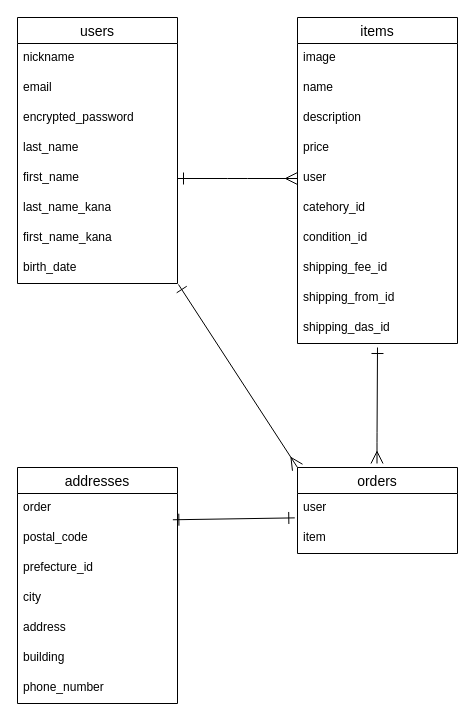
Before: test.dio in takuya20221023/furima-41694, a draw.io diagram. Source tidied: cells renumbered, new cells numbered last; positions are measured from the earlier drawing's top-left corner, leaving out a move shared by most shapes. Both pictures are drawn from the tidied source at 100%, with x=0, y=0 at pixel (17, 17).
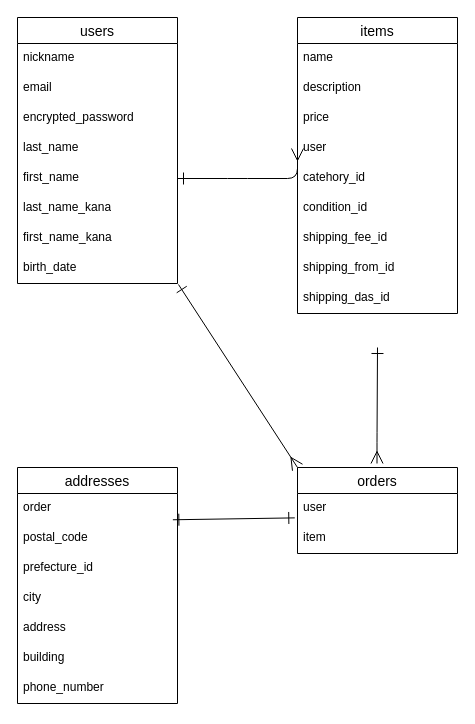
The same diagram, later.

Diff of the diagram source:
```diff
@@
     <mxCell id="11" value="items" style="swimlane;fontStyle=0;horizontal=1;startSize=26;align=center;fontSize=14;" parent="1" vertex="1">
-      <mxGeometry x="280" width="160" height="326" as="geometry" />
+      <mxGeometry x="280" width="160" height="296" as="geometry" />
     </mxCell>
-    <mxCell id="12" value="image" style="text;strokeColor=none;fillColor=none;spacingLeft=4;spacingRight=4;overflow=hidden;fontSize=12;whiteSpace=wrap;html=1;" parent="11" vertex="1">
-      <mxGeometry y="26" width="160" height="30" as="geometry" />
-    </mxCell>
     <mxCell id="13" value="name&lt;div&gt;&lt;br&gt;&lt;/div&gt;" style="text;strokeColor=none;fillColor=none;spacingLeft=4;spacingRight=4;overflow=hidden;fontSize=12;whiteSpace=wrap;html=1;" parent="11" vertex="1">
-      <mxGeometry y="56" width="160" height="30" as="geometry" />
+      <mxGeometry y="26" width="160" height="30" as="geometry" />
     </mxCell>
     <mxCell id="14" value="description" style="text;strokeColor=none;fillColor=none;spacingLeft=4;spacingRight=4;overflow=hidden;fontSize=12;whiteSpace=wrap;html=1;" parent="11" vertex="1">
-      <mxGeometry y="86" width="160" height="30" as="geometry" />
+      <mxGeometry y="56" width="160" height="30" as="geometry" />
     </mxCell>
     <mxCell id="15" value="price" style="text;strokeColor=none;fillColor=none;spacingLeft=4;spacingRight=4;overflow=hidden;fontSize=12;whiteSpace=wrap;html=1;" parent="11" vertex="1">
-      <mxGeometry y="116" width="160" height="30" as="geometry" />
+      <mxGeometry y="86" width="160" height="30" as="geometry" />
     </mxCell>
     <mxCell id="16" value="user" style="text;strokeColor=none;fillColor=none;spacingLeft=4;spacingRight=4;overflow=hidden;points=[[0,0.5],[1,0.5]];portConstraint=eastwest;fontSize=12;whiteSpace=wrap;html=1;" parent="11" vertex="1">
-      <mxGeometry y="146" width="160" height="30" as="geometry" />
+      <mxGeometry y="116" width="160" height="30" as="geometry" />
     </mxCell>
     <mxCell id="17" value="catehory_id" style="text;strokeColor=none;fillColor=none;spacingLeft=4;spacingRight=4;overflow=hidden;fontSize=12;whiteSpace=wrap;html=1;" parent="11" vertex="1">
-      <mxGeometry y="176" width="160" height="30" as="geometry" />
+      <mxGeometry y="146" width="160" height="30" as="geometry" />
     </mxCell>
     <mxCell id="18" value="condition_id" style="text;strokeColor=none;fillColor=none;spacingLeft=4;spacingRight=4;overflow=hidden;fontSize=12;whiteSpace=wrap;html=1;" parent="11" vertex="1">
-      <mxGeometry y="206" width="160" height="30" as="geometry" />
+      <mxGeometry y="176" width="160" height="30" as="geometry" />
     </mxCell>
     <mxCell id="19" value="shipping_fee_id" style="text;strokeColor=none;fillColor=none;spacingLeft=4;spacingRight=4;overflow=hidden;fontSize=12;whiteSpace=wrap;html=1;" parent="11" vertex="1">
-      <mxGeometry y="236" width="160" height="30" as="geometry" />
+      <mxGeometry y="206" width="160" height="30" as="geometry" />
     </mxCell>
     <mxCell id="20" value="shipping_from_id" style="text;strokeColor=none;fillColor=none;spacingLeft=4;spacingRight=4;overflow=hidden;fontSize=12;whiteSpace=wrap;html=1;" parent="11" vertex="1">
-      <mxGeometry y="266" width="160" height="30" as="geometry" />
+      <mxGeometry y="236" width="160" height="30" as="geometry" />
     </mxCell>
     <mxCell id="21" value="shipping_das_id" style="text;strokeColor=none;fillColor=none;spacingLeft=4;spacingRight=4;overflow=hidden;fontSize=12;whiteSpace=wrap;html=1;" parent="11" vertex="1">
-      <mxGeometry y="296" width="160" height="30" as="geometry" />
+      <mxGeometry y="266" width="160" height="30" as="geometry" />
     </mxCell>
```
